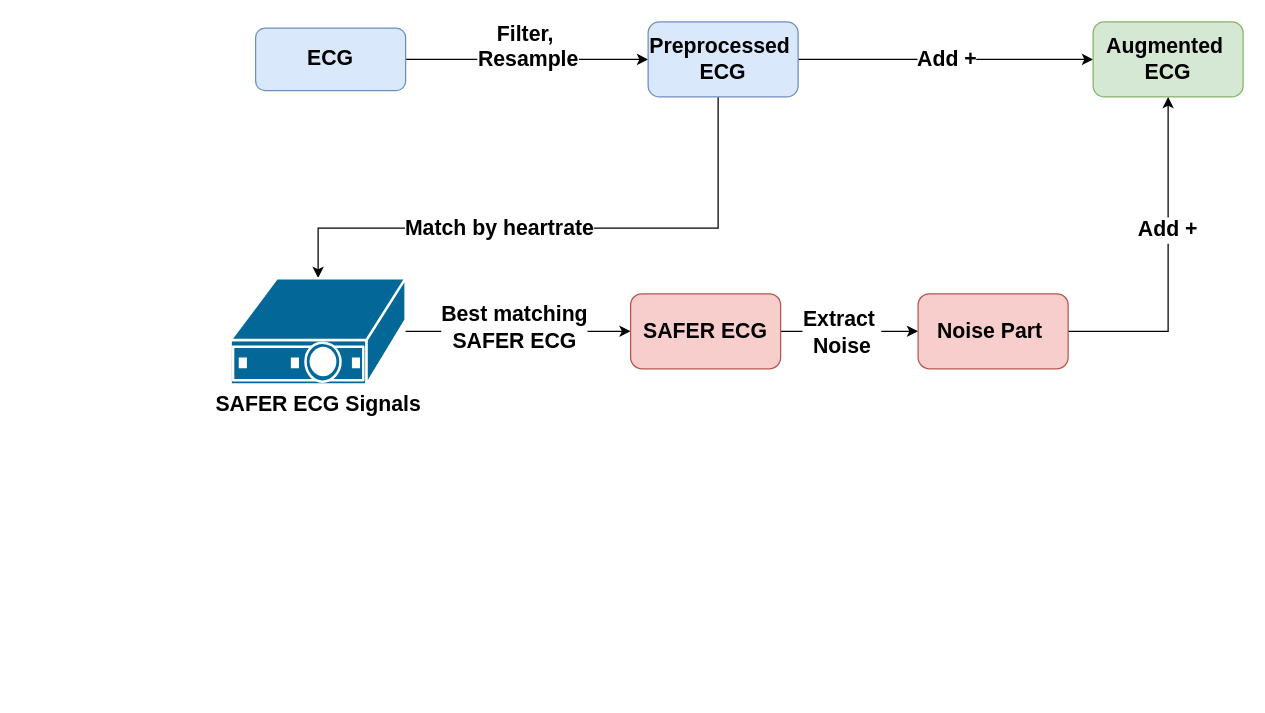
This is Untitled Diagram.drawio from kellydingzx/drawio, a draw.io file, before an edit. Source tidied: cells renumbered, new cells numbered last; positions are measured from the earlier drawing's top-left corner, leaving out a move shared by most shapes. Both pictures are drawn from the tidied source at 125%, with x=0, y=0 at pixel (230, 21).
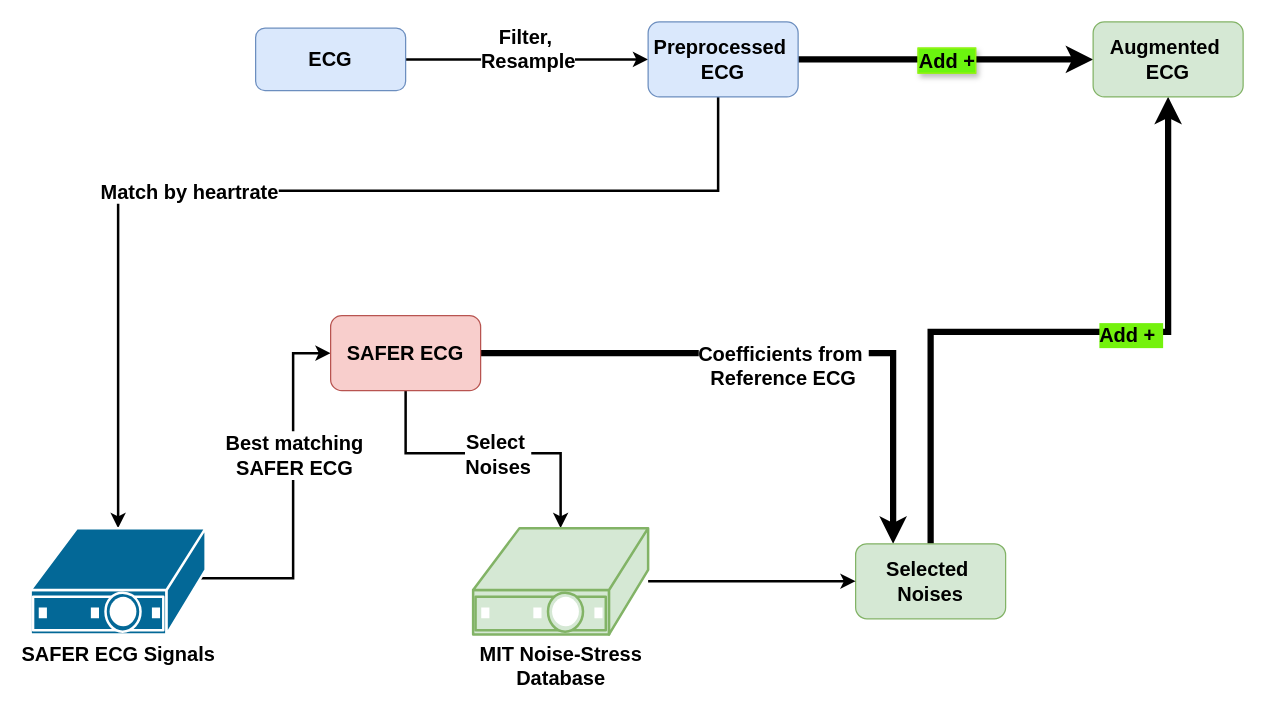
The same page after the edit.

What changed in the source:
```diff
@@
-    <mxCell id="2" style="edgeStyle=orthogonalEdgeStyle;rounded=0;jettySize=auto;html=1;fontSize=17;fontStyle=1;" parent="1" edge="1" source="4" target="9">
+    <mxCell id="2" style="edgeStyle=orthogonalEdgeStyle;rounded=0;jettySize=auto;html=1;fontSize=16;fontStyle=1;strokeWidth=2;" parent="1" edge="1" source="4" target="9">
       <mxGeometry relative="1" as="geometry" />
     </mxCell>
-    <mxCell id="3" value="Filter,&amp;nbsp;&lt;div&gt;&lt;span style=&quot;background-color: light-dark(#ffffff, var(--ge-dark-color, #121212)); color: light-dark(rgb(0, 0, 0), rgb(255, 255, 255));&quot;&gt;Resample&lt;/span&gt;&lt;div&gt;&lt;div&gt;&lt;br&gt;&lt;/div&gt;&lt;/div&gt;&lt;/div&gt;" style="edgeLabel;html=1;align=center;verticalAlign=middle;fontSize=17;fontStyle=1;" parent="2" vertex="1">
+    <mxCell id="3" value="Filter,&amp;nbsp;&lt;div&gt;&lt;span style=&quot;background-color: light-dark(#ffffff, var(--ge-dark-color, #121212)); color: light-dark(rgb(0, 0, 0), rgb(255, 255, 255));&quot;&gt;Resample&lt;/span&gt;&lt;div&gt;&lt;div&gt;&lt;br&gt;&lt;/div&gt;&lt;/div&gt;&lt;/div&gt;" style="edgeLabel;html=1;align=center;verticalAlign=middle;fontSize=16;fontStyle=1;" parent="2" vertex="1">
       <mxGeometry x="-0.36" y="-2" relative="1" as="geometry">
         <mxPoint x="35" y="-2" as="offset" />
       </mxGeometry>
     </mxCell>
-    <mxCell id="4" value="ECG" style="rounded=1;whiteSpace=wrap;html=1;fontSize=17;fontStyle=1;fillColor=#dae8fc;strokeColor=#6c8ebf;" parent="1" vertex="1">
+    <mxCell id="4" value="ECG" style="rounded=1;whiteSpace=wrap;html=1;fontSize=16;fontStyle=1;fillColor=#dae8fc;strokeColor=#6c8ebf;" parent="1" vertex="1">
       <mxGeometry x="20" y="5" width="120" height="50" as="geometry" />
     </mxCell>
-    <mxCell id="5" style="edgeStyle=orthogonalEdgeStyle;rounded=0;jettySize=auto;html=1;entryX=0.5;entryY=0;entryDx=0;entryDy=0;entryPerimeter=0;fontSize=17;fontStyle=1;" parent="1" edge="1" source="9" target="12">
+    <mxCell id="5" style="edgeStyle=orthogonalEdgeStyle;rounded=0;jettySize=auto;html=1;entryX=0.5;entryY=0;entryDx=0;entryDy=0;entryPerimeter=0;fontSize=16;fontStyle=1;strokeWidth=2;" parent="1" edge="1" source="9" target="12">
       <mxGeometry relative="1" as="geometry">
         <Array as="points">
-          <mxPoint x="390" y="165" />
+          <mxPoint x="390" y="135" />
+          <mxPoint x="-90" y="135" />
         </Array>
       </mxGeometry>
     </mxCell>
-    <mxCell id="6" value="Match by heartrate" style="edgeLabel;html=1;align=center;verticalAlign=middle;fontSize=17;fontStyle=1;" parent="5" vertex="1">
+    <mxCell id="6" value="Match by heartrate" style="edgeLabel;html=1;align=center;verticalAlign=middle;fontSize=16;fontStyle=1;" parent="5" vertex="1">
       <mxGeometry x="0.21" relative="1" as="geometry" />
     </mxCell>
-    <mxCell id="7" style="edgeStyle=orthogonalEdgeStyle;rounded=0;jettySize=auto;html=1;entryX=0;entryY=0.5;entryDx=0;entryDy=0;fontSize=17;fontStyle=1;" parent="1" edge="1" source="9" target="19">
+    <mxCell id="7" style="edgeStyle=orthogonalEdgeStyle;rounded=0;jettySize=auto;html=1;entryX=0;entryY=0.5;entryDx=0;entryDy=0;fontSize=16;fontStyle=1;strokeWidth=5;" parent="1" edge="1" source="9" target="19">
       <mxGeometry relative="1" as="geometry" />
     </mxCell>
-    <mxCell id="8" value="Add +" style="edgeLabel;html=1;align=center;verticalAlign=middle;fontSize=17;fontStyle=1;" parent="7" vertex="1">
+    <mxCell id="8" value="Add +" style="edgeLabel;align=center;verticalAlign=middle;fontSize=16;fontStyle=1;labelBorderColor=light-dark(#99f312, #ededed);textShadow=1;html=1;labelBackgroundColor=light-dark(#6bf50f, #ededed);" parent="7" vertex="1">
       <mxGeometry relative="1" as="geometry" />
     </mxCell>
-    <mxCell id="9" value="Preprocessed&amp;nbsp;&lt;div&gt;ECG&lt;/div&gt;" style="whiteSpace=wrap;html=1;rounded=1;fontSize=17;fontStyle=1;fillColor=#dae8fc;strokeColor=#6c8ebf;" parent="1" vertex="1">
+    <mxCell id="9" value="Preprocessed&amp;nbsp;&lt;div&gt;ECG&lt;/div&gt;" style="whiteSpace=wrap;html=1;rounded=1;fontSize=16;fontStyle=1;fillColor=#dae8fc;strokeColor=#6c8ebf;" parent="1" vertex="1">
       <mxGeometry x="334" width="120" height="60" as="geometry" />
     </mxCell>
-    <mxCell id="10" style="edgeStyle=orthogonalEdgeStyle;rounded=0;jettySize=auto;html=1;entryX=0;entryY=0.5;entryDx=0;entryDy=0;fontSize=17;fontStyle=1;" parent="1" edge="1" source="12" target="15">
-      <mxGeometry relative="1" as="geometry" />
+    <mxCell id="10" style="edgeStyle=orthogonalEdgeStyle;rounded=0;jettySize=auto;html=1;entryX=0;entryY=0.5;entryDx=0;entryDy=0;fontSize=16;fontStyle=1;exitX=0.96;exitY=0.5;exitDx=0;exitDy=0;exitPerimeter=0;strokeWidth=2;" parent="1" edge="1" source="12" target="15">
+      <mxGeometry relative="1" as="geometry">
+        <Array as="points">
+          <mxPoint x="-26" y="445" />
+          <mxPoint x="50" y="445" />
+          <mxPoint x="50" y="265" />
+        </Array>
+      </mxGeometry>
     </mxCell>
-    <mxCell id="11" value="Best matching&lt;div&gt;SAFER ECG&lt;/div&gt;" style="edgeLabel;html=1;align=center;verticalAlign=middle;fontSize=17;fontStyle=1;" parent="10" vertex="1">
+    <mxCell id="11" value="Best matching&lt;div&gt;SAFER ECG&lt;/div&gt;" style="edgeLabel;html=1;align=center;verticalAlign=middle;fontSize=16;fontStyle=1;" parent="10" vertex="1">
       <mxGeometry x="-0.04" y="4" relative="1" as="geometry">
-        <mxPoint y="1" as="offset" />
+        <mxPoint x="4" y="-39" as="offset" />
       </mxGeometry>
     </mxCell>
-    <mxCell id="12" value="SAFER ECG Signals" style="sketch=0;html=1;dashed=0;fillColor=#036897;strokeColor=#ffffff;strokeWidth=2;verticalLabelPosition=bottom;verticalAlign=top;align=center;outlineConnect=0;shape=mxgraph.cisco.misc.set_top_box;fontSize=17;fontStyle=1;" parent="1" vertex="1">
-      <mxGeometry y="205" width="140" height="85" as="geometry" />
+    <mxCell id="12" value="SAFER ECG Signals" style="sketch=0;html=1;dashed=0;fillColor=#036897;strokeColor=#ffffff;strokeWidth=2;verticalLabelPosition=bottom;verticalAlign=top;align=center;outlineConnect=0;shape=mxgraph.cisco.misc.set_top_box;fontSize=16;fontStyle=1;" parent="1" vertex="1">
+      <mxGeometry x="-160" y="405" width="140" height="85" as="geometry" />
     </mxCell>
-    <mxCell id="13" style="edgeStyle=orthogonalEdgeStyle;rounded=0;jettySize=auto;html=1;fontSize=17;fontStyle=1;" parent="1" edge="1" source="15">
-      <mxGeometry relative="1" as="geometry">
-        <mxPoint x="550" y="247.5" as="targetPoint" />
-      </mxGeometry>
-    </mxCell>
-    <mxCell id="14" value="Extract&amp;nbsp;&lt;div&gt;Noise&lt;/div&gt;" style="edgeLabel;html=1;align=center;verticalAlign=middle;fontSize=17;fontStyle=1;" parent="13" vertex="1">
-      <mxGeometry x="-0.14" relative="1" as="geometry">
-        <mxPoint y="1" as="offset" />
-      </mxGeometry>
-    </mxCell>
+    <mxCell id="20" style="edgeStyle=orthogonalEdgeStyle;rounded=0;jettySize=auto;html=1;entryX=0.5;entryY=0;entryDx=0;entryDy=0;entryPerimeter=0;fontSize=16;fontStyle=1;strokeWidth=2;" parent="1" edge="1" source="15" target="25">
+      <mxGeometry relative="1" as="geometry">
+        <Array as="points">
+          <mxPoint x="140" y="345" />
+          <mxPoint x="264" y="345" />
+        </Array>
+      </mxGeometry>
+    </mxCell>
+    <mxCell id="21" value="Select&amp;nbsp;&lt;div&gt;Noises&lt;/div&gt;" style="edgeLabel;html=1;align=center;verticalAlign=middle;fontSize=16;fontStyle=1;" parent="20" vertex="1">
+      <mxGeometry x="0.05" relative="1" as="geometry" />
+    </mxCell>
+    <mxCell id="22" style="edgeStyle=orthogonalEdgeStyle;rounded=0;jettySize=auto;html=1;entryX=0.25;entryY=0;entryDx=0;entryDy=0;fontSize=16;fontStyle=1;strokeWidth=5;" parent="1" edge="1" source="15" target="18">
+      <mxGeometry relative="1" as="geometry" />
+    </mxCell>
+    <mxCell id="23" value="&lt;div&gt;&lt;br&gt;&lt;/div&gt;Coefficients from&amp;nbsp;&lt;div&gt;Reference ECG&lt;/div&gt;" style="edgeLabel;html=1;align=center;verticalAlign=middle;fontSize=16;fontStyle=1;" parent="22" vertex="1">
+      <mxGeometry relative="1" as="geometry" />
+    </mxCell>
-    <mxCell id="15" value="SAFER ECG" style="rounded=1;whiteSpace=wrap;html=1;fontSize=17;fontStyle=1;fillColor=#f8cecc;strokeColor=#b85450;" parent="1" vertex="1">
-      <mxGeometry x="320" y="217.5" width="120" height="60" as="geometry" />
+    <mxCell id="15" value="SAFER ECG" style="rounded=1;whiteSpace=wrap;html=1;fontSize=16;fontStyle=1;fillColor=#f8cecc;strokeColor=#b85450;" parent="1" vertex="1">
+      <mxGeometry x="80" y="235" width="120" height="60" as="geometry" />
     </mxCell>
-    <mxCell id="16" style="edgeStyle=orthogonalEdgeStyle;rounded=0;jettySize=auto;html=1;fontSize=17;fontStyle=1;" parent="1" edge="1" source="18" target="19">
-      <mxGeometry relative="1" as="geometry" />
+    <mxCell id="16" style="edgeStyle=orthogonalEdgeStyle;rounded=0;jettySize=auto;html=1;fontSize=16;fontStyle=1;strokeWidth=5;" parent="1" edge="1" source="18" target="19">
+      <mxGeometry relative="1" as="geometry">
+        <Array as="points">
+          <mxPoint x="750" y="248" />
+        </Array>
+      </mxGeometry>
     </mxCell>
-    <mxCell id="17" value="Add +&amp;nbsp;" style="edgeLabel;html=1;align=center;verticalAlign=middle;fontSize=17;fontStyle=1;" parent="16" vertex="1">
+    <mxCell id="17" value="Add + " style="edgeLabel;align=center;verticalAlign=middle;fontSize=16;fontStyle=1;labelBackgroundColor=light-dark(#74f20d, #ededed);" parent="16" vertex="1">
       <mxGeometry x="0.2" y="-1" relative="1" as="geometry" />
     </mxCell>
-    <mxCell id="18" value="Noise Part&amp;nbsp;" style="whiteSpace=wrap;html=1;rounded=1;fontSize=17;fontStyle=1;fillColor=#f8cecc;strokeColor=#b85450;" parent="1" vertex="1">
-      <mxGeometry x="550" y="217.5" width="120" height="60" as="geometry" />
+    <mxCell id="18" value="Selected&amp;nbsp;&lt;div&gt;Noises&lt;/div&gt;" style="whiteSpace=wrap;html=1;rounded=1;fontSize=16;fontStyle=1;fillColor=#d5e8d4;strokeColor=#82b366;" parent="1" vertex="1">
+      <mxGeometry x="500" y="417.5" width="120" height="60" as="geometry" />
     </mxCell>
-    <mxCell id="19" value="Augmented&amp;nbsp;&lt;div&gt;ECG&lt;/div&gt;" style="whiteSpace=wrap;html=1;rounded=1;fontSize=17;fontStyle=1;fillColor=#d5e8d4;strokeColor=#82b366;" parent="1" vertex="1">
+    <mxCell id="19" value="Augmented&amp;nbsp;&lt;div&gt;ECG&lt;/div&gt;" style="whiteSpace=wrap;html=1;rounded=1;fontSize=16;fontStyle=1;fillColor=#d5e8d4;strokeColor=#82b366;" parent="1" vertex="1">
       <mxGeometry x="690" width="120" height="60" as="geometry" />
     </mxCell>
+    <mxCell id="24" style="edgeStyle=orthogonalEdgeStyle;rounded=0;jettySize=auto;html=1;entryX=0;entryY=0.5;entryDx=0;entryDy=0;fontSize=16;fontStyle=1;strokeWidth=2;" parent="1" edge="1" source="25" target="18">
+      <mxGeometry relative="1" as="geometry" />
+    </mxCell>
+    <mxCell id="25" value="MIT Noise-Stress&lt;div&gt;Database&lt;/div&gt;" style="sketch=0;html=1;dashed=0;fillColor=#d5e8d4;strokeColor=#82b366;strokeWidth=2;verticalLabelPosition=bottom;verticalAlign=top;align=center;outlineConnect=0;shape=mxgraph.cisco.misc.set_top_box;fontSize=16;fontStyle=1;" parent="1" vertex="1">
+      <mxGeometry x="194" y="405" width="140" height="85" as="geometry" />
+    </mxCell>
```
